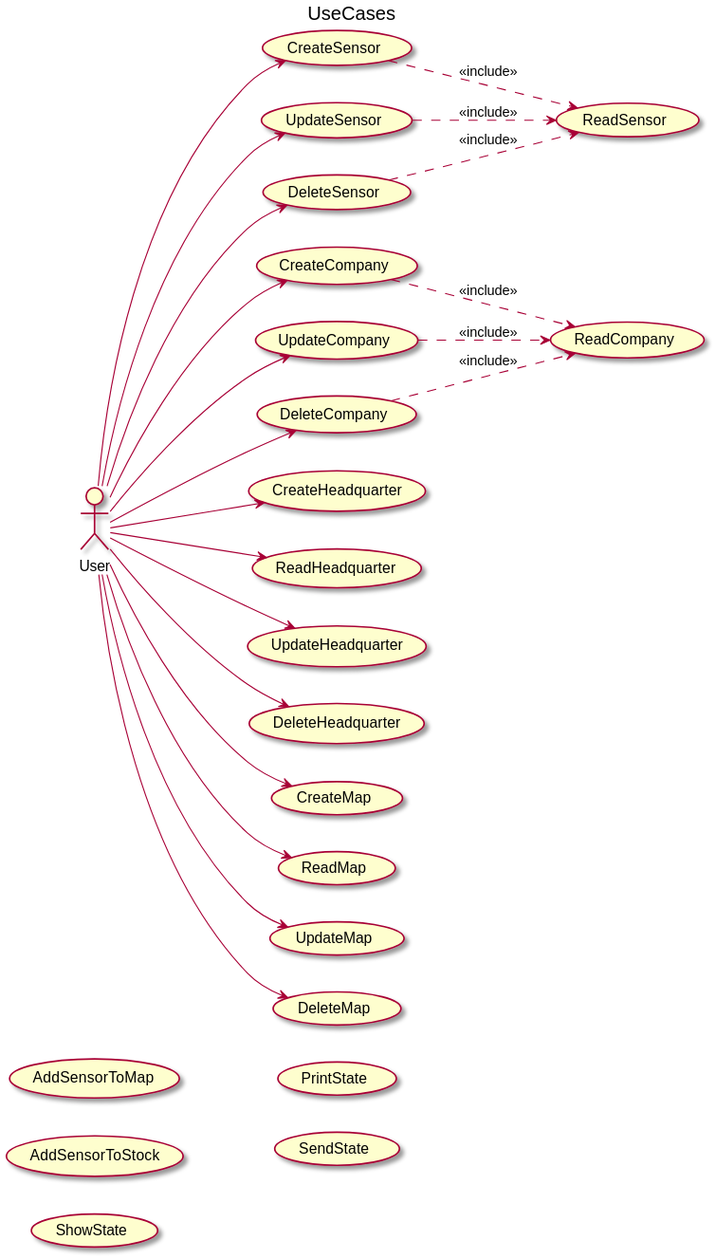
Above: docs/src/useCase/useCase.svg in jumpering/pestmonitors (PlantUML), before the change.
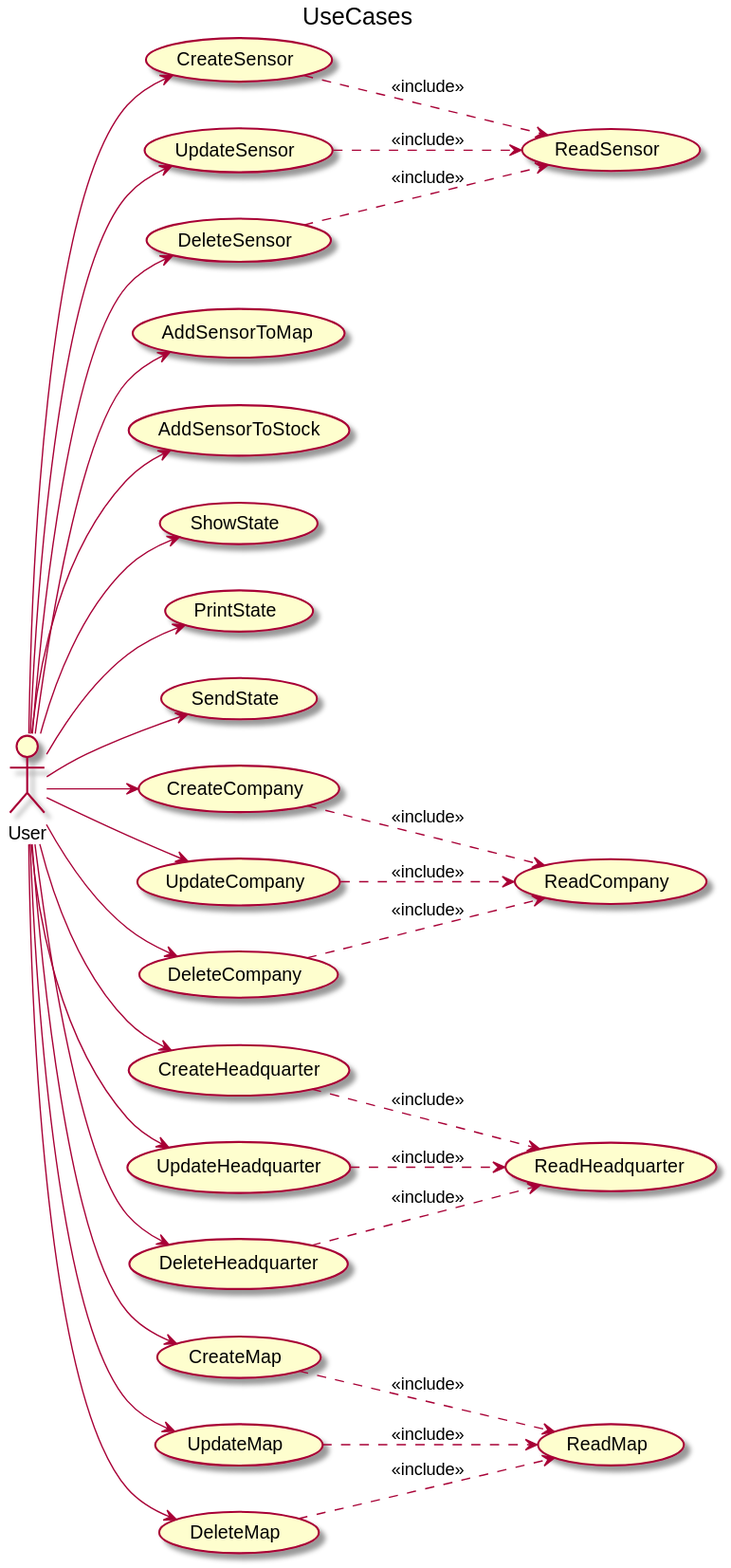
The same diagram one commit later.

The edit, as a diff of the source:
```diff
@@ -29,7 +29,6 @@
 usecase UpdateMap
 usecase DeleteMap
 
-
 User --> CreateSensor
 CreateSensor ..> ReadSensor  : "<<include>>"
 User --> UpdateSensor
@@ -37,6 +36,8 @@
 User --> DeleteSensor
 DeleteSensor ..> ReadSensor  : "<<include>>"
 
+User --> AddSensorToMap
+User --> AddSensorToStock
 
 User --> CreateCompany
 CreateCompany ..> ReadCompany : "<<include>>"
@@ -46,12 +47,20 @@
 DeleteCompany ..> ReadCompany : "<<include>>"
 
 User --> CreateHeadquarter
-User --> ReadHeadquarter
+CreateHeadquarter ..> ReadHeadquarter : "<<include>>"
 User --> UpdateHeadquarter
+UpdateHeadquarter ..> ReadHeadquarter : "<<include>>"
 User --> DeleteHeadquarter
+DeleteHeadquarter ..> ReadHeadquarter : "<<include>>"
 
 User --> CreateMap
-User --> ReadMap
+CreateMap  ..> ReadMap : "<<include>>"
 User --> UpdateMap
+UpdateMap  ..> ReadMap : "<<include>>"
 User --> DeleteMap
+DeleteMap  ..> ReadMap : "<<include>>"
+
+User --> ShowState
+User --> PrintState
+User --> SendState
 @enduml
```
